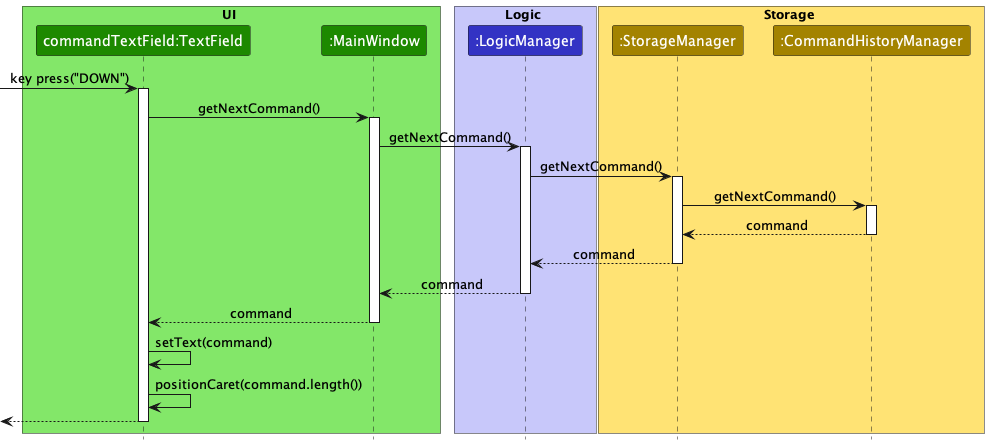
Before: docs/images/NextCommandHistorySequenceDiagram.png, a diagram exported from PlantUML (nus-cs2103-AY2223S1/tp). Source of this version:
```plantuml
@startuml
!include style.puml

box UI UI_COLOR_T1
participant "commandTextField:TextField" as TextField UI_COLOR
participant ":MainWindow" as MainWindow UI_COLOR
end box

box Logic LOGIC_COLOR_T1
participant ":LogicManager" as LogicManager LOGIC_COLOR
end box

box Storage STORAGE_COLOR_T1
participant ":StorageManager" as StorageManager STORAGE_COLOR
participant ":CommandHistoryManager" as CommandHistoryManager STORAGE_COLOR
end box

[-> TextField : key press("DOWN")
activate TextField

TextField -> MainWindow : getNextCommand()
activate MainWindow

MainWindow -> LogicManager : getNextCommand()
activate LogicManager

LogicManager -> StorageManager : getNextCommand()
activate StorageManager

StorageManager -> CommandHistoryManager : getNextCommand()
activate CommandHistoryManager

CommandHistoryManager --> StorageManager : command
deactivate CommandHistoryManager

StorageManager --> LogicManager : command
deactivate StorageManager

LogicManager --> MainWindow : command
deactivate LogicManager

MainWindow --> TextField : command
deactivate MainWindow

TextField -> TextField : setText(command)
TextField -> TextField : positionCaret(command.length())
[<-- TextField
deactivate TextField

@enduml
```
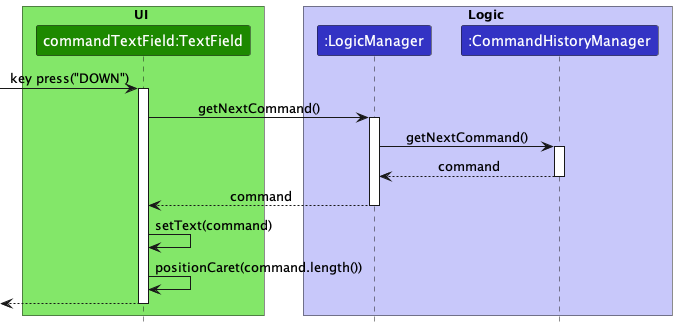
Above is the later version.

Commit message:
Add command history navigation feature

What changed in the source:
```diff
@@ -3,44 +3,27 @@
 
 box UI UI_COLOR_T1
 participant "commandTextField:TextField" as TextField UI_COLOR
-participant ":MainWindow" as MainWindow UI_COLOR
 end box
 
 box Logic LOGIC_COLOR_T1
 participant ":LogicManager" as LogicManager LOGIC_COLOR
-end box
-
-box Storage STORAGE_COLOR_T1
-participant ":StorageManager" as StorageManager STORAGE_COLOR
-participant ":CommandHistoryManager" as CommandHistoryManager STORAGE_COLOR
+participant ":CommandHistoryManager" as CommandHistoryManager LOGIC_COLOR
 end box
 
 [-> TextField : key press("DOWN")
 activate TextField
 
-TextField -> MainWindow : getNextCommand()
-activate MainWindow
-
-MainWindow -> LogicManager : getNextCommand()
+TextField -> LogicManager : getNextCommand()
 activate LogicManager
 
-LogicManager -> StorageManager : getNextCommand()
-activate StorageManager
-
-StorageManager -> CommandHistoryManager : getNextCommand()
+LogicManager -> CommandHistoryManager : getNextCommand()
 activate CommandHistoryManager
 
-CommandHistoryManager --> StorageManager : command
+CommandHistoryManager --> LogicManager : command
 deactivate CommandHistoryManager
 
-StorageManager --> LogicManager : command
-deactivate StorageManager
-
-LogicManager --> MainWindow : command
+LogicManager --> TextField : command
 deactivate LogicManager
-
-MainWindow --> TextField : command
-deactivate MainWindow
 
 TextField -> TextField : setText(command)
 TextField -> TextField : positionCaret(command.length())
```
